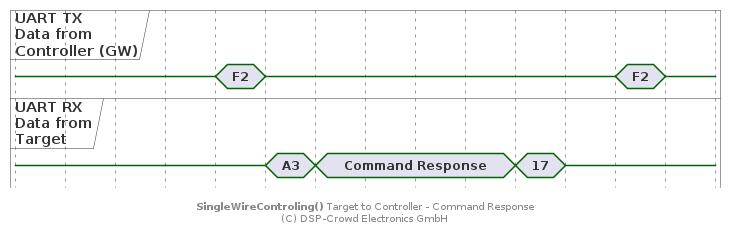
This is doc/system/protocol/A3_swt-target-to-ctrl_cmd-resp.png from NoOrientationProgramming/code-orb, a PlantUML export, as it was before one commit. Source of this version:
```plantuml
@startuml

hide time-axis

concise "UART TX\nData from\nController (GW)" as ctrl
concise "UART RX\nData from\nTarget" as tar

@0
ctrl is {-}
tar is {-}

@+60
ctrl is {-}
tar is {-}

@+20
ctrl is "F2"

@+20
ctrl is {-}
tar is "A3"

@+20
tar is "Command Response"

@+80
tar is "17"

@+20
tar is {-}

@+20
ctrl is "F2"

@+20
ctrl is {-}

footer **SingleWireControling()** Target to Controller - Command Response\n(C) DSP-Crowd Electronics GmbH

@enduml
```
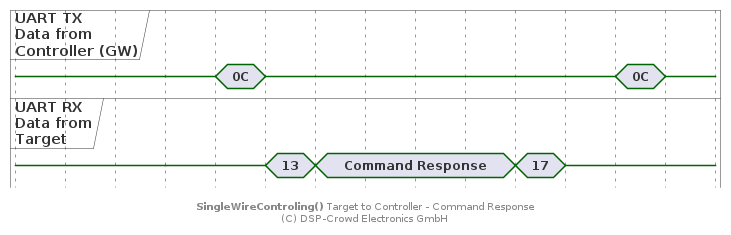
After the change.

The edit, as a diff of the source:
```diff
@@ -14,11 +14,11 @@
 tar is {-}
 
 @+20
-ctrl is "F2"
+ctrl is "0C"
 
 @+20
 ctrl is {-}
-tar is "A3"
+tar is "13"
 
 @+20
 tar is "Command Response"
@@ -30,7 +30,7 @@
 tar is {-}
 
 @+20
-ctrl is "F2"
+ctrl is "0C"
 
 @+20
 ctrl is {-}
```
